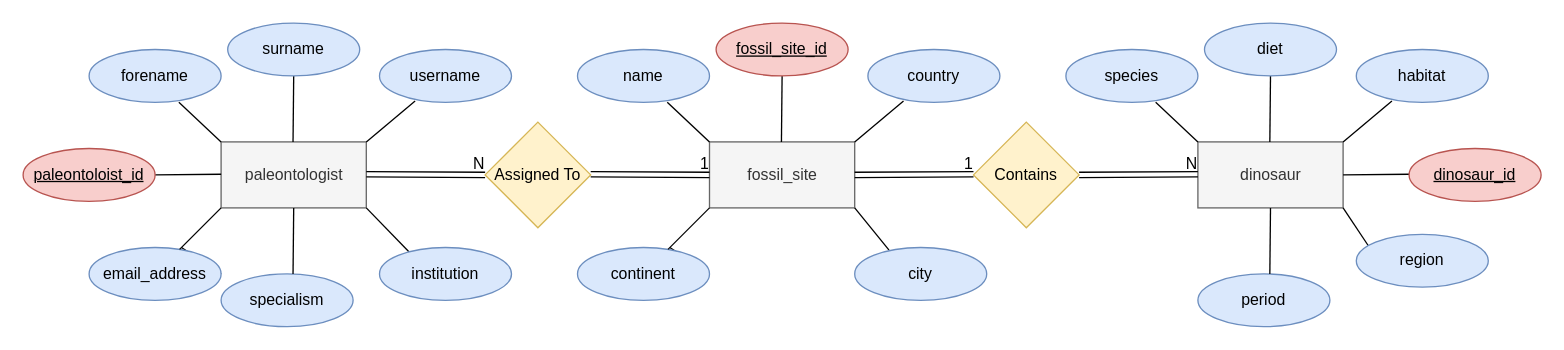
This is documentation/entityrelationshipdiagrams/Chendiagram.drawio from jools-arts/web-app-back-end, a draw.io file, before an edit. Source tidied: cells renumbered, new cells numbered last; positions are measured from the earlier drawing's top-left corner, leaving out a move shared by most shapes. Both pictures are drawn from the tidied source at 132%, with x=0, y=0 at pixel (22, 22).
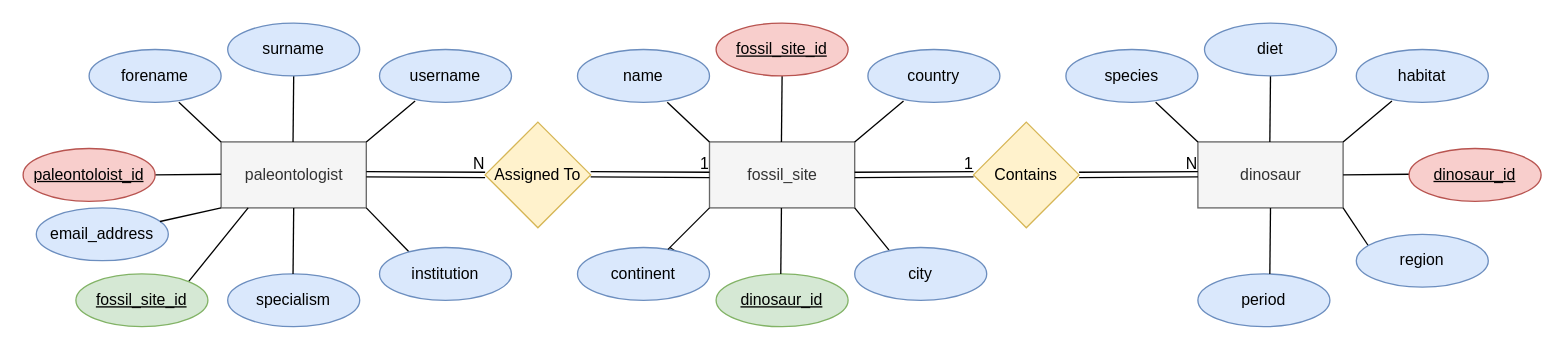
After the change.

Commit message (it also covers changes not shown here):
Updated my chen diagram with more detail in regards to the foreign key fields assigned to each entity

Diff of the diagram source:
```diff
@@
-    <mxCell id="8" style="endArrow=none;html=1;rounded=0;exitX=1;exitY=0.5;exitDx=0;exitDy=0;startArrow=none;" parent="1" edge="1" source="15">
-      <mxGeometry relative="1" as="geometry">
-        <mxPoint x="120" y="170" as="targetPoint" />
-      </mxGeometry>
-    </mxCell>
     <mxCell id="9" value="specialism" style="ellipse;whiteSpace=wrap;html=1;align=center;fillColor=#dae8fc;strokeColor=#6c8ebf;" parent="1" vertex="1">
-      <mxGeometry x="150" y="190" width="100" height="40" as="geometry" />
+      <mxGeometry x="155" y="190" width="100" height="40" as="geometry" />
     </mxCell>
@@
     <mxCell id="15" value="email_address" style="ellipse;whiteSpace=wrap;html=1;align=center;fillColor=#dae8fc;strokeColor=#6c8ebf;" parent="1" vertex="1">
-      <mxGeometry x="50" y="170" width="100" height="40" as="geometry" />
+      <mxGeometry x="10" y="140" width="100" height="40" as="geometry" />
     </mxCell>
@@
+    <mxCell id="53" value="dinosaur_id" style="ellipse;whiteSpace=wrap;html=1;align=center;fontStyle=4;fillColor=#d5e8d4;strokeColor=#82b366;" parent="1" vertex="1">
+      <mxGeometry x="525" y="190" width="100" height="40" as="geometry" />
+    </mxCell>
+    <mxCell id="54" style="endArrow=none;html=1;rounded=0;" parent="1" edge="1">
+      <mxGeometry relative="1" as="geometry">
+        <mxPoint x="574.5" y="140" as="sourcePoint" />
+        <mxPoint x="574" y="190" as="targetPoint" />
+      </mxGeometry>
+    </mxCell>
+    <mxCell id="55" style="endArrow=none;html=1;rounded=0;entryX=1;entryY=0;entryDx=0;entryDy=0;" parent="1" edge="1" target="56">
+      <mxGeometry relative="1" as="geometry">
+        <mxPoint x="170.5" y="140" as="sourcePoint" />
+      </mxGeometry>
+    </mxCell>
+    <mxCell id="56" value="fossil_site_id" style="ellipse;whiteSpace=wrap;html=1;align=center;fontStyle=4;fillColor=#d5e8d4;strokeColor=#82b366;" parent="1" vertex="1">
+      <mxGeometry x="40" y="190" width="100" height="40" as="geometry" />
+    </mxCell>
```
